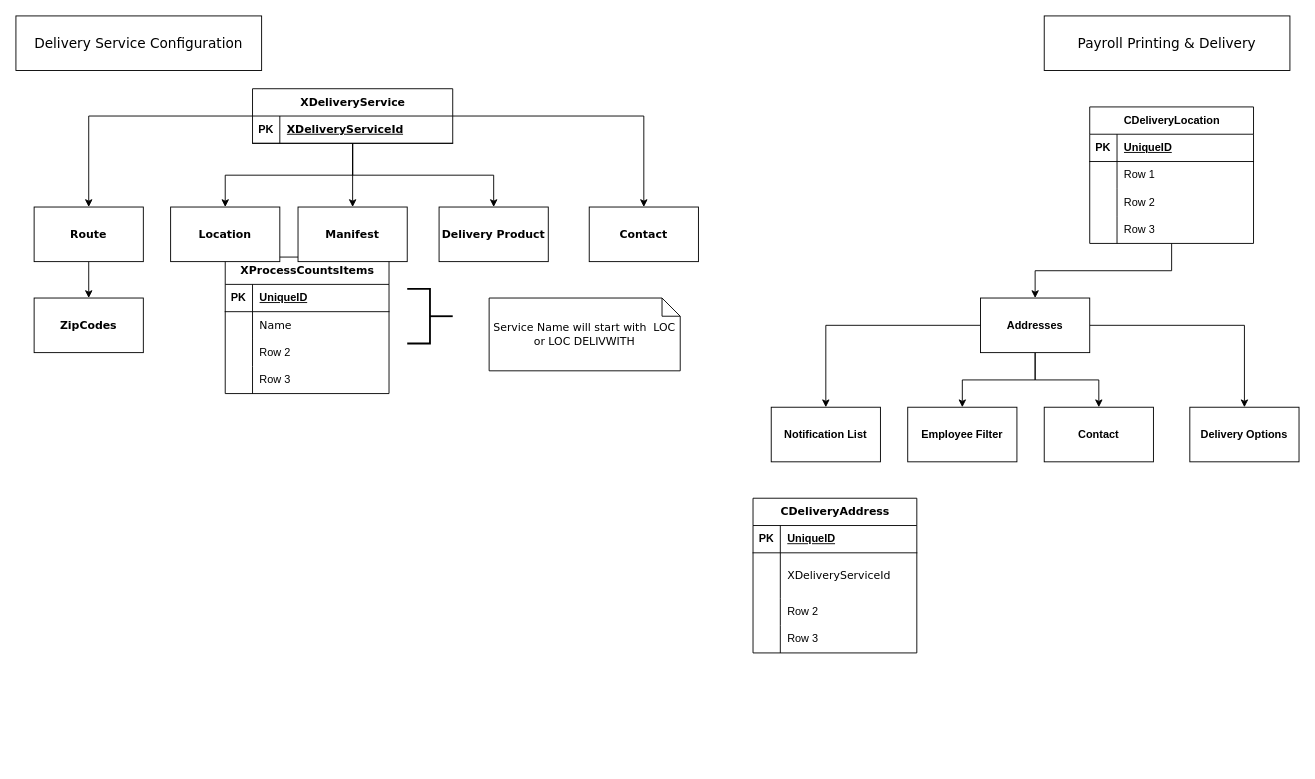
Above: printing_distribution.drawio in iaxenite/diagrams (draw.io), before the change. Source tidied: cells renumbered, new cells numbered last; positions are measured from the earlier drawing's top-left corner, leaving out a move shared by most shapes. Both pictures are drawn from the tidied source at 91%, with x=0, y=0 at pixel (15, 15).
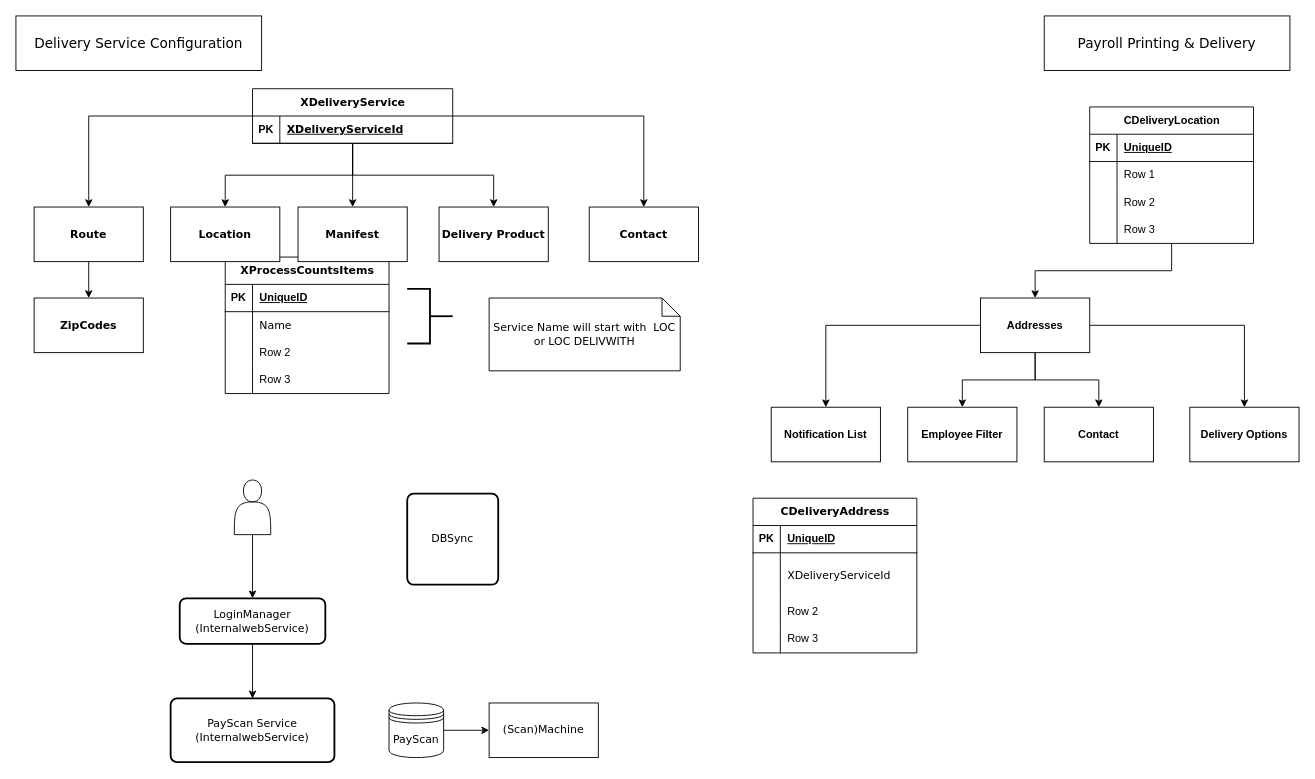
The same diagram, later.

The edit, as a diff of the source:
```diff
@@
+    <mxCell id="71" value="&lt;font face=&quot;Verdana&quot;&gt;PayScan Service (InternalwebService)&lt;/font&gt;" style="rounded=1;whiteSpace=wrap;html=1;absoluteArcSize=1;arcSize=14;strokeWidth=2;" parent="1" vertex="1">
+      <mxGeometry x="170" y="750" width="180" height="70" as="geometry" />
+    </mxCell>
+    <mxCell id="72" style="edgeStyle=orthogonalEdgeStyle;rounded=0;jettySize=auto;html=1;" parent="1" edge="1" source="73" target="75">
+      <mxGeometry relative="1" as="geometry" />
+    </mxCell>
+    <mxCell id="73" style="shape=actor;whiteSpace=wrap;html=1;" parent="1" vertex="1">
+      <mxGeometry x="240" y="510" width="40" height="60" as="geometry" />
+    </mxCell>
+    <mxCell id="74" style="edgeStyle=orthogonalEdgeStyle;rounded=0;jettySize=auto;html=1;entryX=0.5;entryY=0;entryDx=0;entryDy=0;" parent="1" edge="1" source="75" target="71">
+      <mxGeometry relative="1" as="geometry" />
+    </mxCell>
+    <mxCell id="75" value="&lt;font face=&quot;Verdana&quot;&gt;LoginManager&lt;/font&gt;&lt;div&gt;&lt;font face=&quot;Verdana&quot;&gt;(InternalwebService)&lt;/font&gt;&lt;/div&gt;" style="rounded=1;whiteSpace=wrap;html=1;absoluteArcSize=1;arcSize=14;strokeWidth=2;" parent="1" vertex="1">
+      <mxGeometry x="180" y="640" width="160" height="50" as="geometry" />
+    </mxCell>
+    <mxCell id="76" style="edgeStyle=orthogonalEdgeStyle;rounded=0;jettySize=auto;html=1;" parent="1" edge="1" source="77" target="78">
+      <mxGeometry relative="1" as="geometry" />
+    </mxCell>
+    <mxCell id="77" value="&lt;font face=&quot;Verdana&quot;&gt;PayScan&lt;/font&gt;" style="shape=datastore;whiteSpace=wrap;html=1;" parent="1" vertex="1">
+      <mxGeometry x="410" y="755" width="60" height="60" as="geometry" />
+    </mxCell>
+    <mxCell id="78" value="&lt;font face=&quot;Verdana&quot;&gt;(Scan)Machine&lt;/font&gt;" style="whiteSpace=wrap;html=1;" parent="1" vertex="1">
+      <mxGeometry x="520" y="755" width="120" height="60" as="geometry" />
+    </mxCell>
+    <mxCell id="79" value="&lt;font face=&quot;Verdana&quot;&gt;DBSync&lt;/font&gt;" style="rounded=1;whiteSpace=wrap;html=1;absoluteArcSize=1;arcSize=14;strokeWidth=2;" parent="1" vertex="1">
+      <mxGeometry x="430" y="525" width="100" height="100" as="geometry" />
+    </mxCell>
```
